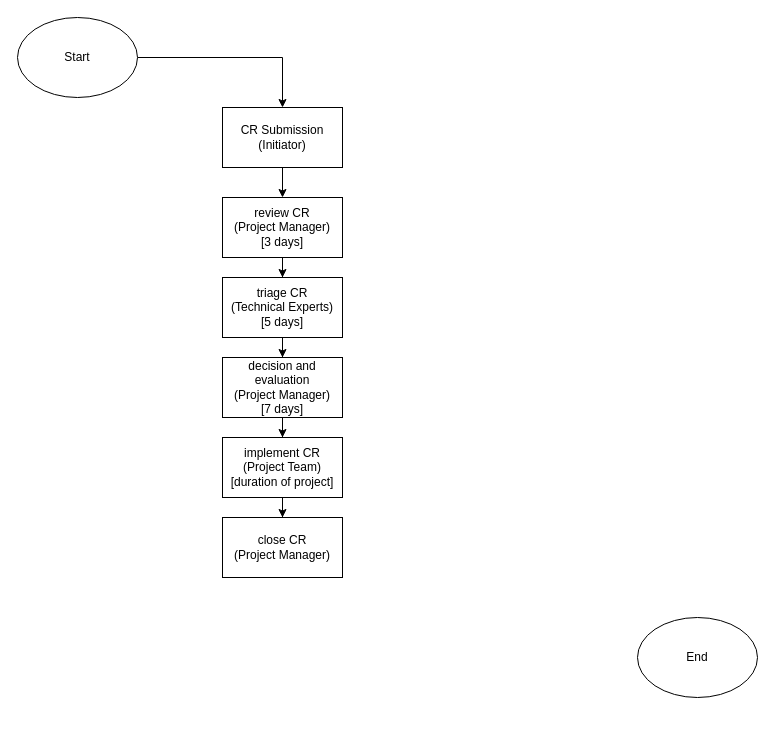
Above: change-control.drawio in w-emi/Diagrams (draw.io), before the change. Source tidied: cells renumbered, new cells numbered last; positions are measured from the earlier drawing's top-left corner, leaving out a move shared by most shapes. Both pictures are drawn from the tidied source at 100%, with x=0, y=0 at pixel (17, 17).
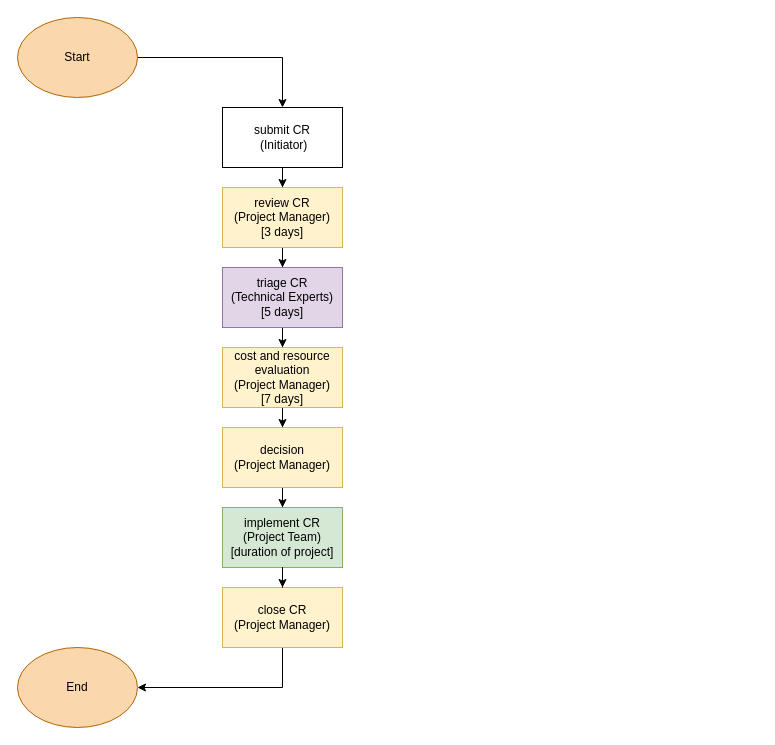
After the change.

The edit, as a diff of the source:
```diff
@@
-    <mxCell id="3" value="Start" style="ellipse;whiteSpace=wrap;html=1;" parent="1" vertex="1">
+    <mxCell id="3" value="Start" style="ellipse;whiteSpace=wrap;html=1;fillColor=#fad7ac;strokeColor=#b46504;" parent="1" vertex="1">
       <mxGeometry width="120" height="80" as="geometry" />
     </mxCell>
@@
-    <mxCell id="5" value="CR Submission (Initiator)" style="whiteSpace=wrap;html=1;" parent="1" vertex="1">
+    <mxCell id="5" value="submit CR&lt;br&gt;&amp;nbsp;(Initiator)" style="whiteSpace=wrap;html=1;" parent="1" vertex="1">
       <mxGeometry x="205" y="90" width="120" height="60" as="geometry" />
     </mxCell>
@@
-    <mxCell id="7" value="review CR &lt;br&gt;(Project Manager)&lt;br&gt;[3 days]" style="whiteSpace=wrap;html=1;" parent="1" vertex="1">
-      <mxGeometry x="205" y="180" width="120" height="60" as="geometry" />
+    <mxCell id="7" value="review CR &lt;br&gt;(Project Manager)&lt;br&gt;[3 days]" style="whiteSpace=wrap;html=1;fillColor=#fff2cc;strokeColor=#d6b656;" parent="1" vertex="1">
+      <mxGeometry x="205" y="170" width="120" height="60" as="geometry" />
     </mxCell>
@@
-    <mxCell id="9" value="triage CR&lt;br&gt;(Technical Experts)&lt;br&gt;[5 days]" style="whiteSpace=wrap;html=1;" parent="1" vertex="1">
-      <mxGeometry x="205" y="260" width="120" height="60" as="geometry" />
+    <mxCell id="9" value="triage CR&lt;br&gt;(Technical Experts)&lt;br&gt;[5 days]" style="whiteSpace=wrap;html=1;fillColor=#e1d5e7;strokeColor=#9673a6;" parent="1" vertex="1">
+      <mxGeometry x="205" y="250" width="120" height="60" as="geometry" />
     </mxCell>
-    <mxCell id="10" style="edgeStyle=orthogonalEdgeStyle;rounded=0;jettySize=auto;html=1;" parent="1" edge="1" source="11" target="13">
-      <mxGeometry relative="1" as="geometry" />
-    </mxCell>
+    <mxCell id="16" style="edgeStyle=orthogonalEdgeStyle;rounded=0;jettySize=auto;html=1;" parent="1" edge="1" source="11" target="18">
+      <mxGeometry relative="1" as="geometry" />
+    </mxCell>
-    <mxCell id="11" value="decision and evaluation&lt;br&gt;(Project Manager)&lt;br&gt;[7 days]" style="whiteSpace=wrap;html=1;" parent="1" vertex="1">
-      <mxGeometry x="205" y="340" width="120" height="60" as="geometry" />
+    <mxCell id="11" value="cost and resource evaluation&lt;br&gt;(Project Manager)&lt;br&gt;[7 days]" style="whiteSpace=wrap;html=1;fillColor=#fff2cc;strokeColor=#d6b656;" parent="1" vertex="1">
+      <mxGeometry x="205" y="330" width="120" height="60" as="geometry" />
     </mxCell>
-    <mxCell id="12" style="edgeStyle=orthogonalEdgeStyle;rounded=0;jettySize=auto;html=1;" parent="1" edge="1" source="13" target="15">
-      <mxGeometry relative="1" as="geometry" />
-    </mxCell>
+    <mxCell id="17" style="edgeStyle=orthogonalEdgeStyle;rounded=0;jettySize=auto;html=1;" parent="1" edge="1" source="18" target="13">
+      <mxGeometry relative="1" as="geometry" />
+    </mxCell>
+    <mxCell id="18" value="decision&lt;br&gt;(Project Manager)" style="whiteSpace=wrap;html=1;fillColor=#fff2cc;strokeColor=#d6b656;" parent="1" vertex="1">
+      <mxGeometry x="205" y="410" width="120" height="60" as="geometry" />
+    </mxCell>
-    <mxCell id="13" value="implement CR (Project Team)&lt;br&gt;[duration of project]" style="whiteSpace=wrap;html=1;" parent="1" vertex="1">
-      <mxGeometry x="205" y="420" width="120" height="60" as="geometry" />
+    <mxCell id="13" value="implement CR (Project Team)&lt;br&gt;[duration of project]" style="whiteSpace=wrap;html=1;fillColor=#d5e8d4;strokeColor=#82b366;" parent="1" vertex="1">
+      <mxGeometry x="205" y="490" width="120" height="60" as="geometry" />
     </mxCell>
-    <mxCell id="14" value="End" style="ellipse;whiteSpace=wrap;html=1;" parent="1" vertex="1">
-      <mxGeometry x="620" y="600" width="120" height="80" as="geometry" />
+    <mxCell id="14" value="End" style="ellipse;whiteSpace=wrap;html=1;fillColor=#fad7ac;strokeColor=#b46504;" parent="1" vertex="1">
+      <mxGeometry y="630" width="120" height="80" as="geometry" />
     </mxCell>
+    <mxCell id="19" style="edgeStyle=orthogonalEdgeStyle;rounded=0;jettySize=auto;html=1;" parent="1" edge="1" source="15" target="14">
+      <mxGeometry relative="1" as="geometry">
+        <Array as="points">
+          <mxPoint x="265" y="670" />
+          <mxPoint x="60" y="670" />
+        </Array>
+      </mxGeometry>
+    </mxCell>
-    <mxCell id="15" value="close CR &lt;br&gt;(Project Manager)" style="whiteSpace=wrap;html=1;" parent="1" vertex="1">
-      <mxGeometry x="205" y="500" width="120" height="60" as="geometry" />
+    <mxCell id="15" value="close CR &lt;br&gt;(Project Manager)" style="whiteSpace=wrap;html=1;fillColor=#fff2cc;strokeColor=#d6b656;" parent="1" vertex="1">
+      <mxGeometry x="205" y="570" width="120" height="60" as="geometry" />
     </mxCell>
+    <mxCell id="12" style="edgeStyle=orthogonalEdgeStyle;rounded=0;jettySize=auto;html=1;" parent="1" edge="1" source="13" target="15">
+      <mxGeometry relative="1" as="geometry" />
+    </mxCell>
```
